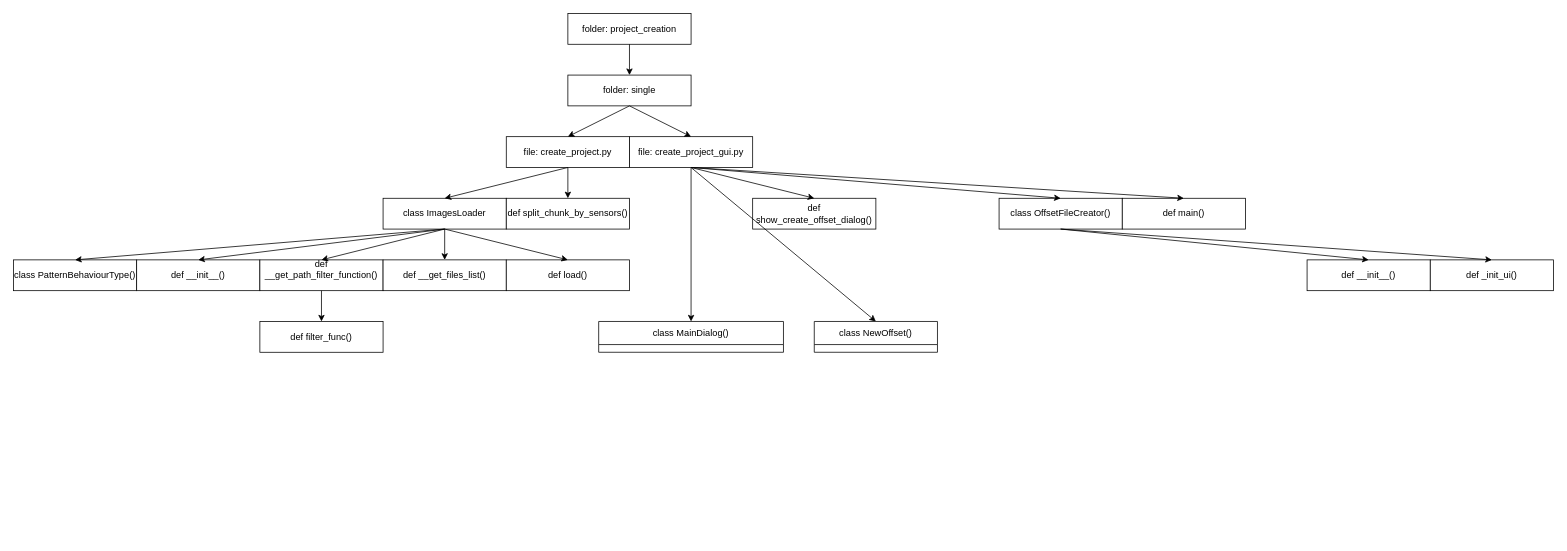
go-enov/diagrams keeps this draw.io diagram as CreateProjectFromDir.drawio. Above is the earlier version. Source tidied: cells renumbered, new cells numbered last; positions are measured from the earlier drawing's top-left corner, leaving out a move shared by most shapes. Both pictures are drawn from the tidied source at 77%, with x=0, y=0 at pixel (13, 13).
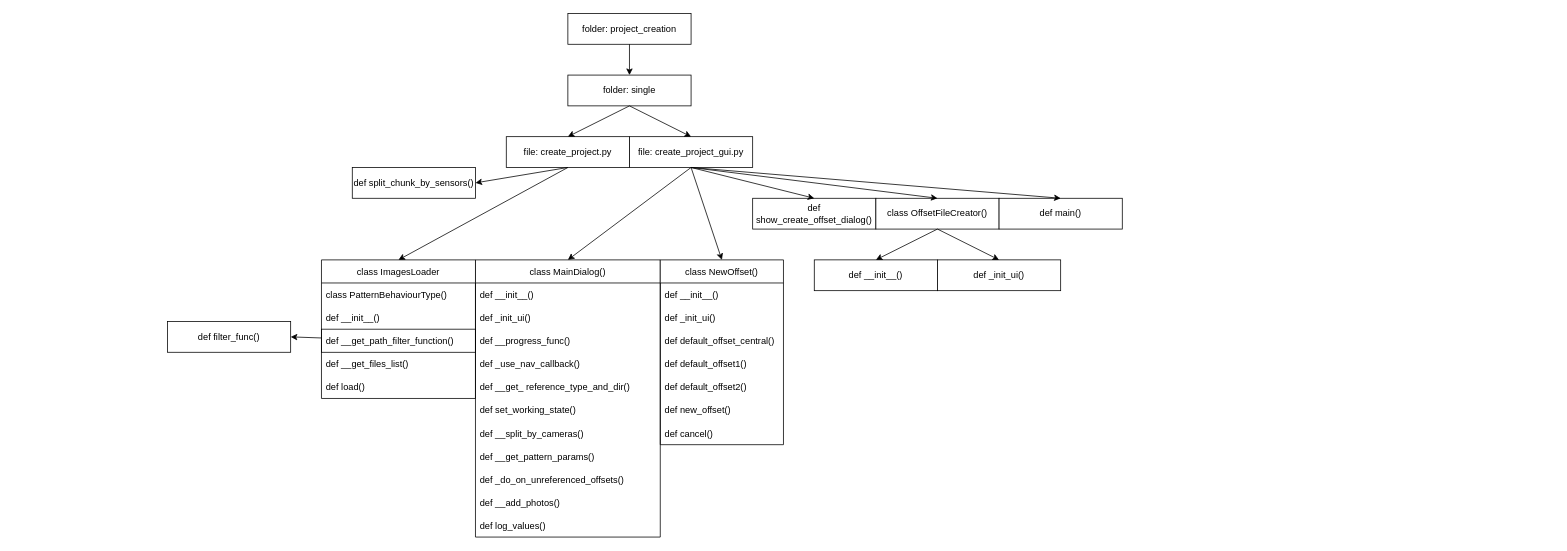
The same page after the edit.

Commit message:
class ImagesLoader: rebuild

The change refers to these unchanged cells:
```xml
<mxCell id="5" value="file: create_project.py" style="rounded=0;whiteSpace=wrap;html=1;" parent="1" vertex="1">
  <mxGeometry x="640" y="160" width="160" height="40" as="geometry" />
</mxCell>
```

The edit, as a diff of the source:
```diff
@@
-    <mxCell id="9" value="class ImagesLoader" style="rounded=0;whiteSpace=wrap;html=1;" parent="1" vertex="1">
-      <mxGeometry x="480" y="240" width="160" height="40" as="geometry" />
-    </mxCell>
@@
     <mxCell id="11" value="def split_chunk_by_sensors()" style="rounded=0;whiteSpace=wrap;html=1;" parent="1" vertex="1">
-      <mxGeometry x="640" y="240" width="160" height="40" as="geometry" />
+      <mxGeometry x="440" y="200" width="160" height="40" as="geometry" />
     </mxCell>
-    <mxCell id="12" style="endArrow=classic;html=1;rounded=0;exitX=0.5;exitY=1;exitDx=0;exitDy=0;entryX=0.5;entryY=0;entryDx=0;entryDy=0;" parent="1" edge="1" source="5" target="11">
+    <mxCell id="12" style="endArrow=classic;html=1;rounded=0;exitX=0.5;exitY=1;exitDx=0;exitDy=0;entryX=1;entryY=0.5;entryDx=0;entryDy=0;" parent="1" edge="1" source="5" target="11">
       <mxGeometry relative="1" as="geometry" />
     </mxCell>
-    <mxCell id="13" value="class PatternBehaviourType()" style="rounded=0;whiteSpace=wrap;html=1;" parent="1" vertex="1">
-      <mxGeometry y="320" width="160" height="40" as="geometry" />
-    </mxCell>
-    <mxCell id="14" style="endArrow=classic;html=1;rounded=0;exitX=0.5;exitY=1;exitDx=0;exitDy=0;entryX=0.5;entryY=0;entryDx=0;entryDy=0;" parent="1" edge="1" source="9" target="13">
-      <mxGeometry relative="1" as="geometry" />
-    </mxCell>
-    <mxCell id="15" value="def __init__()" style="rounded=0;whiteSpace=wrap;html=1;" parent="1" vertex="1">
-      <mxGeometry x="160" y="320" width="160" height="40" as="geometry" />
-    </mxCell>
-    <mxCell id="16" value="&#10;def __get_path_filter_function()&#10;&#10;" style="rounded=0;whiteSpace=wrap;html=1;" parent="1" vertex="1">
-      <mxGeometry x="320" y="320" width="160" height="40" as="geometry" />
-    </mxCell>
-    <mxCell id="17" value="def __get_files_list()" style="rounded=0;whiteSpace=wrap;html=1;" parent="1" vertex="1">
-      <mxGeometry x="480" y="320" width="160" height="40" as="geometry" />
-    </mxCell>
-    <mxCell id="18" value="def load()" style="rounded=0;whiteSpace=wrap;html=1;" parent="1" vertex="1">
-      <mxGeometry x="640" y="320" width="160" height="40" as="geometry" />
-    </mxCell>
-    <mxCell id="19" style="endArrow=classic;html=1;rounded=0;exitX=0.5;exitY=1;exitDx=0;exitDy=0;entryX=0.5;entryY=0;entryDx=0;entryDy=0;" parent="1" edge="1" source="9" target="15">
-      <mxGeometry relative="1" as="geometry" />
-    </mxCell>
-    <mxCell id="20" style="endArrow=classic;html=1;rounded=0;exitX=0.5;exitY=1;exitDx=0;exitDy=0;entryX=0.5;entryY=0;entryDx=0;entryDy=0;" parent="1" edge="1" source="9" target="16">
-      <mxGeometry relative="1" as="geometry" />
-    </mxCell>
-    <mxCell id="21" style="endArrow=classic;html=1;rounded=0;exitX=0.5;exitY=1;exitDx=0;exitDy=0;entryX=0.5;entryY=0;entryDx=0;entryDy=0;" parent="1" edge="1" source="9" target="17">
-      <mxGeometry relative="1" as="geometry" />
-    </mxCell>
-    <mxCell id="22" style="endArrow=classic;html=1;rounded=0;exitX=0.5;exitY=1;exitDx=0;exitDy=0;entryX=0.5;entryY=0;entryDx=0;entryDy=0;" parent="1" edge="1" source="9" target="18">
-      <mxGeometry relative="1" as="geometry" />
-    </mxCell>
     <mxCell id="23" value="def filter_func()" style="rounded=0;whiteSpace=wrap;html=1;" parent="1" vertex="1">
-      <mxGeometry x="320" y="400" width="160" height="40" as="geometry" />
+      <mxGeometry x="200" y="400" width="160" height="40" as="geometry" />
     </mxCell>
-    <mxCell id="24" style="endArrow=classic;html=1;rounded=0;exitX=0.5;exitY=1;exitDx=0;exitDy=0;entryX=0.5;entryY=0;entryDx=0;entryDy=0;" parent="1" edge="1" source="16" target="23">
+    <mxCell id="24" style="endArrow=classic;html=1;rounded=0;entryX=1;entryY=0.5;entryDx=0;entryDy=0;" parent="1" edge="1" source="16" target="23">
       <mxGeometry relative="1" as="geometry" />
     </mxCell>
@@
     <mxCell id="26" value="class OffsetFileCreator()" style="rounded=0;whiteSpace=wrap;html=1;" parent="1" vertex="1">
-      <mxGeometry x="1280" y="240" width="160" height="40" as="geometry" />
+      <mxGeometry x="1120" y="240" width="160" height="40" as="geometry" />
     </mxCell>
     <mxCell id="27" value="def main()" style="rounded=0;whiteSpace=wrap;html=1;" parent="1" vertex="1">
-      <mxGeometry x="1440" y="240" width="160" height="40" as="geometry" />
+      <mxGeometry x="1280" y="240" width="160" height="40" as="geometry" />
     </mxCell>
@@
     <mxCell id="33" value="def __init__()" style="rounded=0;whiteSpace=wrap;html=1;" parent="1" vertex="1">
-      <mxGeometry x="1680" y="320" width="160" height="40" as="geometry" />
+      <mxGeometry x="1040" y="320" width="160" height="40" as="geometry" />
     </mxCell>
     <mxCell id="34" value="def _init_ui()" style="rounded=0;whiteSpace=wrap;html=1;" parent="1" vertex="1">
-      <mxGeometry x="1840" y="320" width="160" height="40" as="geometry" />
+      <mxGeometry x="1200" y="320" width="160" height="40" as="geometry" />
     </mxCell>
@@
-    <mxCell id="37" value="class MainDialog()" style="swimlane;fontStyle=0;horizontal=1;startSize=30;" parent="1" vertex="1" collapsed="1">
-      <mxGeometry x="760" y="400" width="240" height="40" as="geometry" />
+    <mxCell id="37" value="class MainDialog()" style="swimlane;fontStyle=0;horizontal=1;startSize=30;" parent="1" vertex="1">
+      <mxGeometry x="600" y="320" width="240" height="360" as="geometry" />
     </mxCell>
+    <mxCell id="39" value="def __init__()" style="text;strokeColor=none;fillColor=none;align=left;verticalAlign=middle;spacingLeft=4;spacingRight=4;overflow=hidden;" parent="37" vertex="1">
+      <mxGeometry y="30" width="240" height="30" as="geometry" />
+    </mxCell>
+    <mxCell id="40" value="def _init_ui()" style="text;strokeColor=none;fillColor=none;align=left;verticalAlign=middle;spacingLeft=4;spacingRight=4;overflow=hidden;" parent="37" vertex="1">
+      <mxGeometry y="60" width="240" height="30" as="geometry" />
+    </mxCell>
+    <mxCell id="41" value="def __progress_func()" style="text;strokeColor=none;fillColor=none;align=left;verticalAlign=middle;spacingLeft=4;spacingRight=4;overflow=hidden;" parent="37" vertex="1">
+      <mxGeometry y="90" width="240" height="30" as="geometry" />
+    </mxCell>
+    <mxCell id="42" value="def _use_nav_callback()" style="text;strokeColor=none;fillColor=none;align=left;verticalAlign=middle;spacingLeft=4;spacingRight=4;overflow=hidden;" parent="37" vertex="1">
+      <mxGeometry y="120" width="240" height="30" as="geometry" />
+    </mxCell>
+    <mxCell id="43" value="def __get_ reference_type_and_dir()" style="text;strokeColor=none;fillColor=none;align=left;verticalAlign=middle;spacingLeft=4;spacingRight=4;overflow=hidden;" parent="37" vertex="1">
+      <mxGeometry y="150" width="240" height="30" as="geometry" />
+    </mxCell>
+    <mxCell id="44" value="def set_working_state()" style="text;strokeColor=none;fillColor=none;align=left;verticalAlign=middle;spacingLeft=4;spacingRight=4;overflow=hidden;" parent="37" vertex="1">
+      <mxGeometry y="180" width="240" height="30" as="geometry" />
+    </mxCell>
+    <mxCell id="45" value="def __split_by_cameras()" style="text;strokeColor=none;fillColor=none;align=left;verticalAlign=middle;spacingLeft=4;spacingRight=4;overflow=hidden;" parent="37" vertex="1">
+      <mxGeometry y="210" width="240" height="30" as="geometry" />
+    </mxCell>
+    <mxCell id="46" value="def __get_pattern_params()" style="text;strokeColor=none;fillColor=none;align=left;verticalAlign=middle;spacingLeft=4;spacingRight=4;overflow=hidden;" parent="37" vertex="1">
+      <mxGeometry y="240" width="240" height="30" as="geometry" />
+    </mxCell>
+    <mxCell id="47" value="def _do_on_unreferenced_offsets()" style="text;strokeColor=none;fillColor=none;align=left;verticalAlign=middle;spacingLeft=4;spacingRight=4;overflow=hidden;" parent="37" vertex="1">
+      <mxGeometry y="270" width="240" height="30" as="geometry" />
+    </mxCell>
+    <mxCell id="48" value="def __add_photos()" style="text;strokeColor=none;fillColor=none;align=left;verticalAlign=middle;spacingLeft=4;spacingRight=4;overflow=hidden;" parent="37" vertex="1">
+      <mxGeometry y="300" width="240" height="30" as="geometry" />
+    </mxCell>
+    <mxCell id="49" value="def log_values()" style="text;strokeColor=none;fillColor=none;align=left;verticalAlign=middle;spacingLeft=4;spacingRight=4;overflow=hidden;" parent="37" vertex="1">
+      <mxGeometry y="330" width="240" height="30" as="geometry" />
+    </mxCell>
-    <mxCell id="38" value="class NewOffset()" style="swimlane;fontStyle=0;horizontal=1;startSize=30;" parent="1" vertex="1" collapsed="1">
-      <mxGeometry x="1040" y="400" width="160" height="40" as="geometry" />
+    <mxCell id="38" value="class NewOffset()" style="swimlane;fontStyle=0;horizontal=1;startSize=30;" parent="1" vertex="1">
+      <mxGeometry x="840" y="320" width="160" height="240" as="geometry" />
     </mxCell>
+    <mxCell id="50" value="def __init__()" style="text;strokeColor=none;fillColor=none;align=left;verticalAlign=middle;spacingLeft=4;spacingRight=4;overflow=hidden;" parent="38" vertex="1">
+      <mxGeometry y="30" width="160" height="30" as="geometry" />
+    </mxCell>
+    <mxCell id="51" value="def _init_ui()" style="text;strokeColor=none;fillColor=none;align=left;verticalAlign=middle;spacingLeft=4;spacingRight=4;overflow=hidden;" parent="38" vertex="1">
+      <mxGeometry y="60" width="160" height="30" as="geometry" />
+    </mxCell>
+    <mxCell id="52" value="def default_offset_central()" style="text;strokeColor=none;fillColor=none;align=left;verticalAlign=middle;spacingLeft=4;spacingRight=4;overflow=hidden;" parent="38" vertex="1">
+      <mxGeometry y="90" width="160" height="30" as="geometry" />
+    </mxCell>
+    <mxCell id="53" value="def default_offset1()" style="text;strokeColor=none;fillColor=none;align=left;verticalAlign=middle;spacingLeft=4;spacingRight=4;overflow=hidden;" parent="38" vertex="1">
+      <mxGeometry y="120" width="160" height="30" as="geometry" />
+    </mxCell>
+    <mxCell id="54" value="def default_offset2()" style="text;strokeColor=none;fillColor=none;align=left;verticalAlign=middle;spacingLeft=4;spacingRight=4;overflow=hidden;" parent="38" vertex="1">
+      <mxGeometry y="150" width="160" height="30" as="geometry" />
+    </mxCell>
+    <mxCell id="55" value="def new_offset()" style="text;strokeColor=none;fillColor=none;align=left;verticalAlign=middle;spacingLeft=4;spacingRight=4;overflow=hidden;" parent="38" vertex="1">
+      <mxGeometry y="180" width="160" height="30" as="geometry" />
+    </mxCell>
+    <mxCell id="56" value="def cancel()" style="text;strokeColor=none;fillColor=none;align=left;verticalAlign=middle;spacingLeft=4;spacingRight=4;overflow=hidden;" parent="38" vertex="1">
+      <mxGeometry y="210" width="160" height="30" as="geometry" />
+    </mxCell>
+    <mxCell id="9" value="class ImagesLoader" style="swimlane;fontStyle=0;horizontal=1;startSize=30;" parent="1" vertex="1">
+      <mxGeometry x="400" y="320" width="200" height="180" as="geometry" />
+    </mxCell>
+    <mxCell id="13" value="class PatternBehaviourType()" style="text;strokeColor=none;fillColor=none;align=left;verticalAlign=middle;spacingLeft=4;spacingRight=4;overflow=hidden;points=[[0,0.5],[1,0.5]];portConstraint=eastwest;" parent="9" vertex="1">
+      <mxGeometry y="30" width="200" height="30" as="geometry" />
+    </mxCell>
+    <mxCell id="57" value="def __init__()" style="text;strokeColor=none;fillColor=none;align=left;verticalAlign=middle;spacingLeft=4;spacingRight=4;overflow=hidden;" parent="9" vertex="1">
+      <mxGeometry y="60" width="200" height="30" as="geometry" />
+    </mxCell>
+    <mxCell id="16" value="def __get_path_filter_function()" style="text;strokeColor=default;fillColor=none;align=left;verticalAlign=middle;spacingLeft=4;spacingRight=4;overflow=hidden;points=[[0,0.5],[1,0.5]];portConstraint=eastwest;" parent="9" vertex="1">
+      <mxGeometry y="90" width="200" height="30" as="geometry" />
+    </mxCell>
+    <mxCell id="17" value="def __get_files_list()" style="text;strokeColor=none;fillColor=none;align=left;verticalAlign=middle;spacingLeft=4;spacingRight=4;overflow=hidden;points=[[0,0.5],[1,0.5]];portConstraint=eastwest;" parent="9" vertex="1">
+      <mxGeometry y="120" width="200" height="30" as="geometry" />
+    </mxCell>
+    <mxCell id="18" value="def load()" style="text;strokeColor=none;fillColor=none;align=left;verticalAlign=middle;spacingLeft=4;spacingRight=4;overflow=hidden;points=[[0,0.5],[1,0.5]];portConstraint=eastwest;" parent="9" vertex="1">
+      <mxGeometry y="150" width="200" height="30" as="geometry" />
+    </mxCell>
```
